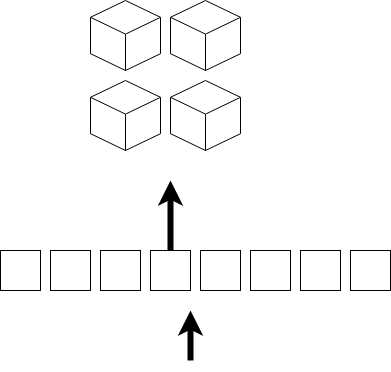
The draw.io diagram example_att/feedfwdKbattTF.png in marvosyntactical/joeynmt, before a commit. Source tidied: cells renumbered, new cells last; positions are measured from the earlier drawing's top-left corner, leaving out a move shared by most shapes.
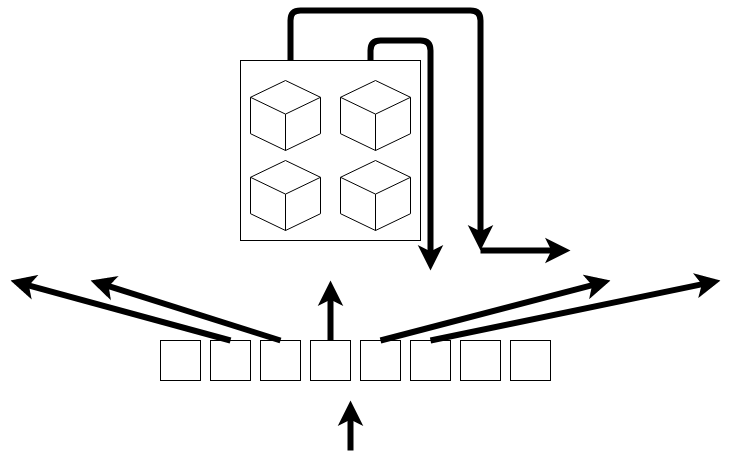
Later version of the same file.

The edit, as a diff of the source:
```diff
@@ -13,7 +13,7 @@
     </mxCell>
     <mxCell id="5" style="edgeStyle=orthogonalEdgeStyle;rounded=0;jettySize=auto;html=1;strokeWidth=6;" parent="1" edge="1" source="6">
       <mxGeometry relative="1" as="geometry">
-        <mxPoint x="170" y="180" as="targetPoint" />
+        <mxPoint x="170" y="190" as="targetPoint" />
       </mxGeometry>
     </mxCell>
     <mxCell id="6" style="whiteSpace=wrap;html=1;" parent="1" vertex="1">
@@ -38,16 +38,63 @@
       </mxGeometry>
     </mxCell>
     <mxCell id="12" style="html=1;whiteSpace=wrap;shape=isoCube2;backgroundOutline=1;isoAngle=15;" parent="1" vertex="1">
-      <mxGeometry x="90" y="80" width="70" height="70" as="geometry" />
+      <mxGeometry x="90" y="70" width="70" height="70" as="geometry" />
     </mxCell>
     <mxCell id="13" style="html=1;whiteSpace=wrap;shape=isoCube2;backgroundOutline=1;isoAngle=15;" parent="1" vertex="1">
-      <mxGeometry x="90" width="70" height="70" as="geometry" />
+      <mxGeometry x="90" y="-10" width="70" height="70" as="geometry" />
     </mxCell>
     <mxCell id="14" style="html=1;whiteSpace=wrap;shape=isoCube2;backgroundOutline=1;isoAngle=15;" parent="1" vertex="1">
-      <mxGeometry x="170" y="80" width="70" height="70" as="geometry" />
+      <mxGeometry x="180" y="70" width="70" height="70" as="geometry" />
     </mxCell>
     <mxCell id="15" style="html=1;whiteSpace=wrap;shape=isoCube2;backgroundOutline=1;isoAngle=15;" parent="1" vertex="1">
-      <mxGeometry x="170" width="70" height="70" as="geometry" />
+      <mxGeometry x="180" y="-10" width="70" height="70" as="geometry" />
     </mxCell>
+    <mxCell id="16" style="edgeStyle=elbowEdgeStyle;elbow=vertical;endArrow=classic;html=1;strokeWidth=6;" parent="1" edge="1">
+      <mxGeometry relative="1" as="geometry">
+        <mxPoint x="210" y="-30" as="sourcePoint" />
+        <mxPoint x="270" y="180" as="targetPoint" />
+        <Array as="points">
+          <mxPoint x="270" y="-50" />
+        </Array>
+      </mxGeometry>
+    </mxCell>
+    <mxCell id="17" style="edgeStyle=elbowEdgeStyle;elbow=vertical;endArrow=classic;html=1;strokeWidth=6;" parent="1" edge="1">
+      <mxGeometry relative="1" as="geometry">
+        <mxPoint x="130" y="-30" as="sourcePoint" />
+        <mxPoint x="320" y="160" as="targetPoint" />
+        <Array as="points">
+          <mxPoint x="210" y="-80" />
+        </Array>
+      </mxGeometry>
+    </mxCell>
+    <mxCell id="18" style="whiteSpace=wrap;html=1;fillColor=none;" parent="1" vertex="1">
+      <mxGeometry x="80" y="-30" width="180" height="180" as="geometry" />
+    </mxCell>
+    <mxCell id="19" style="endArrow=classic;html=1;strokeWidth=6;exitX=0.5;exitY=0;exitDx=0;exitDy=0;" parent="1" edge="1" source="7">
+      <mxGeometry relative="1" as="geometry">
+        <mxPoint x="450" y="190" as="targetPoint" />
+      </mxGeometry>
+    </mxCell>
+    <mxCell id="20" style="endArrow=classic;html=1;strokeWidth=6;exitX=0.5;exitY=0;exitDx=0;exitDy=0;" parent="1" edge="1" source="3">
+      <mxGeometry relative="1" as="geometry">
+        <mxPoint x="-70" y="190" as="targetPoint" />
+      </mxGeometry>
+    </mxCell>
+    <mxCell id="21" style="endArrow=classic;html=1;strokeWidth=6;exitX=0.5;exitY=0;exitDx=0;exitDy=0;" parent="1" edge="1" source="8">
+      <mxGeometry relative="1" as="geometry">
+        <mxPoint x="560" y="190" as="targetPoint" />
+      </mxGeometry>
+    </mxCell>
+    <mxCell id="22" style="endArrow=classic;html=1;strokeWidth=6;exitX=0.5;exitY=0;exitDx=0;exitDy=0;" parent="1" edge="1" source="4">
+      <mxGeometry relative="1" as="geometry">
+        <mxPoint x="-150" y="190" as="targetPoint" />
+      </mxGeometry>
+    </mxCell>
+    <mxCell id="23" style="endArrow=classic;html=1;strokeWidth=6;" parent="1" edge="1">
+      <mxGeometry relative="1" as="geometry">
+        <mxPoint x="320" y="160" as="sourcePoint" />
+        <mxPoint x="410" y="160" as="targetPoint" />
+      </mxGeometry>
+    </mxCell>
   </root>
 </mxGraphModel>
```
